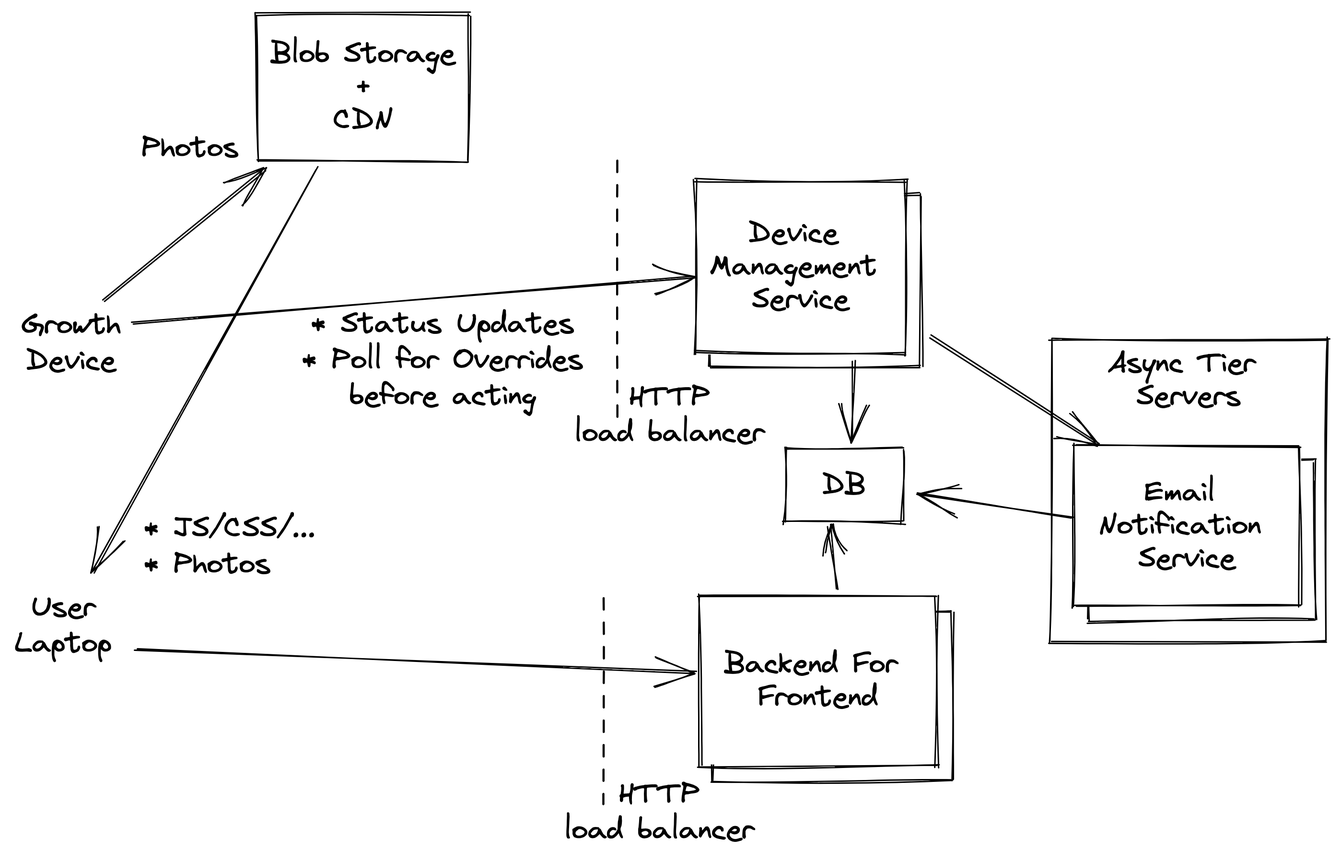
alsuren/interview-2022-10-31 keeps this Excalidraw diagram as server-infrastructure.excalidraw.png. Above is the earlier version. Source tidied: one line per element, renumbered; positions are measured from the earlier drawing's top-left corner, leaving out a move shared by most shapes.
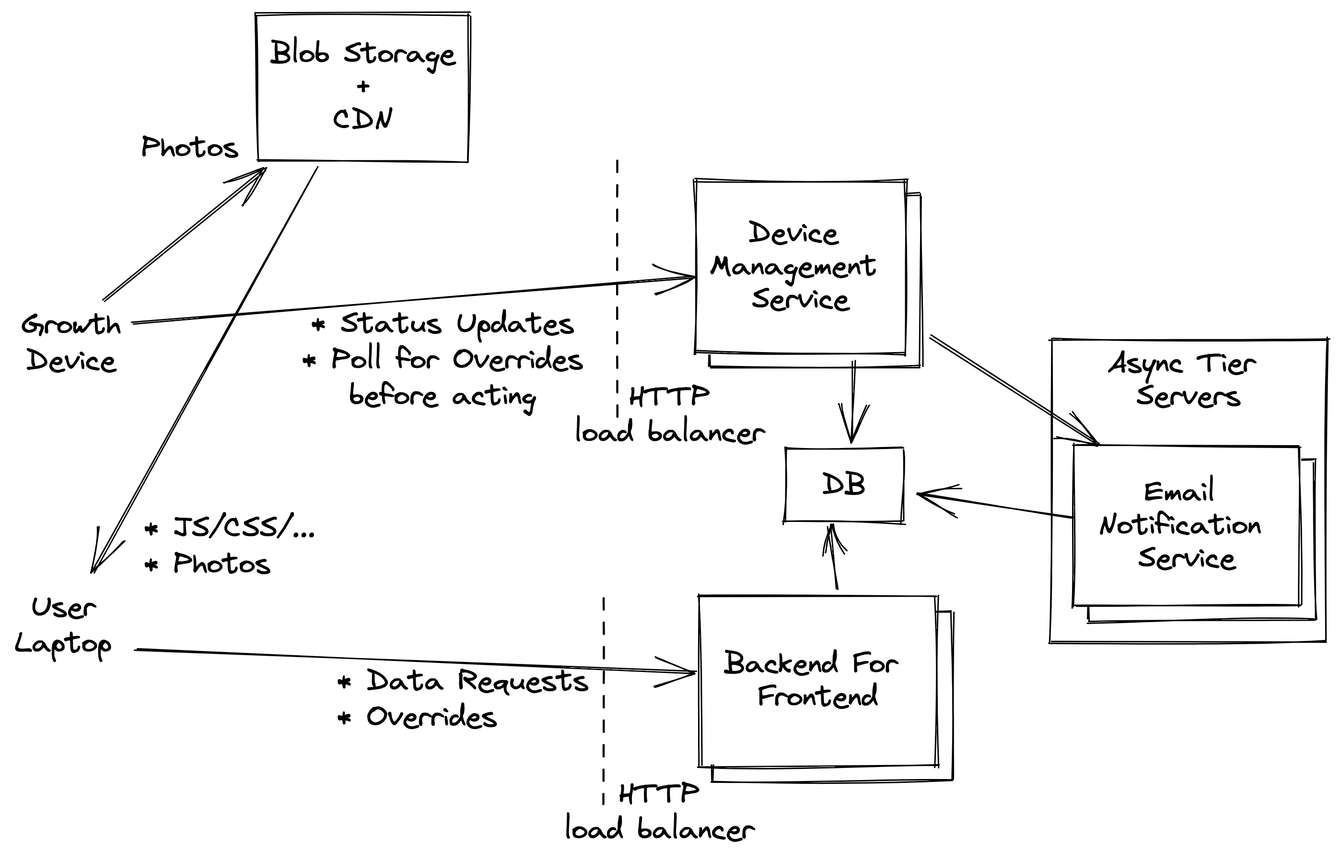
Above is the later version.

Commit message:
clean up diagrams

Change to the diagram source:
```diff
@@ -33,3 +33,4 @@
 {"id": 32, "type": "arrow", "strokeColor": "#000000", "strokeWidth": 1, "roughness": 1, "endArrowhead": "arrow", "from": 15, "to": 2, "x": 636, "y": 224, "width": 117, "height": 75, "points": [[0, 0], [117, 75]]}
 {"id": 33, "type": "text", "text": "* Status Updates\n* Poll for Overrides\nbefore acting", "strokeColor": "#000000", "strokeWidth": 1, "roughness": 1, "fontSize": 20, "fontFamily": 1, "textAlign": "center", "x": 200, "y": 203, "width": 195, "height": 75}
 {"id": 34, "type": "arrow", "strokeColor": "#000000", "backgroundColor": "#fff", "fillStyle": "solid", "strokeWidth": 1, "roughness": 1, "endArrowhead": "arrow", "from": 2, "to": 28, "x": 735, "y": 349, "width": 109, "height": 15, "points": [[0, 0], [-109, -15]]}
+{"id": 35, "type": "text", "text": "* Data Requests\n* Overrides", "strokeColor": "#000000", "backgroundColor": "#fff", "fillStyle": "solid", "strokeWidth": 1, "roughness": 1, "fontSize": 20, "fontFamily": 1, "x": 225, "y": 451, "width": 175, "height": 50}
```
